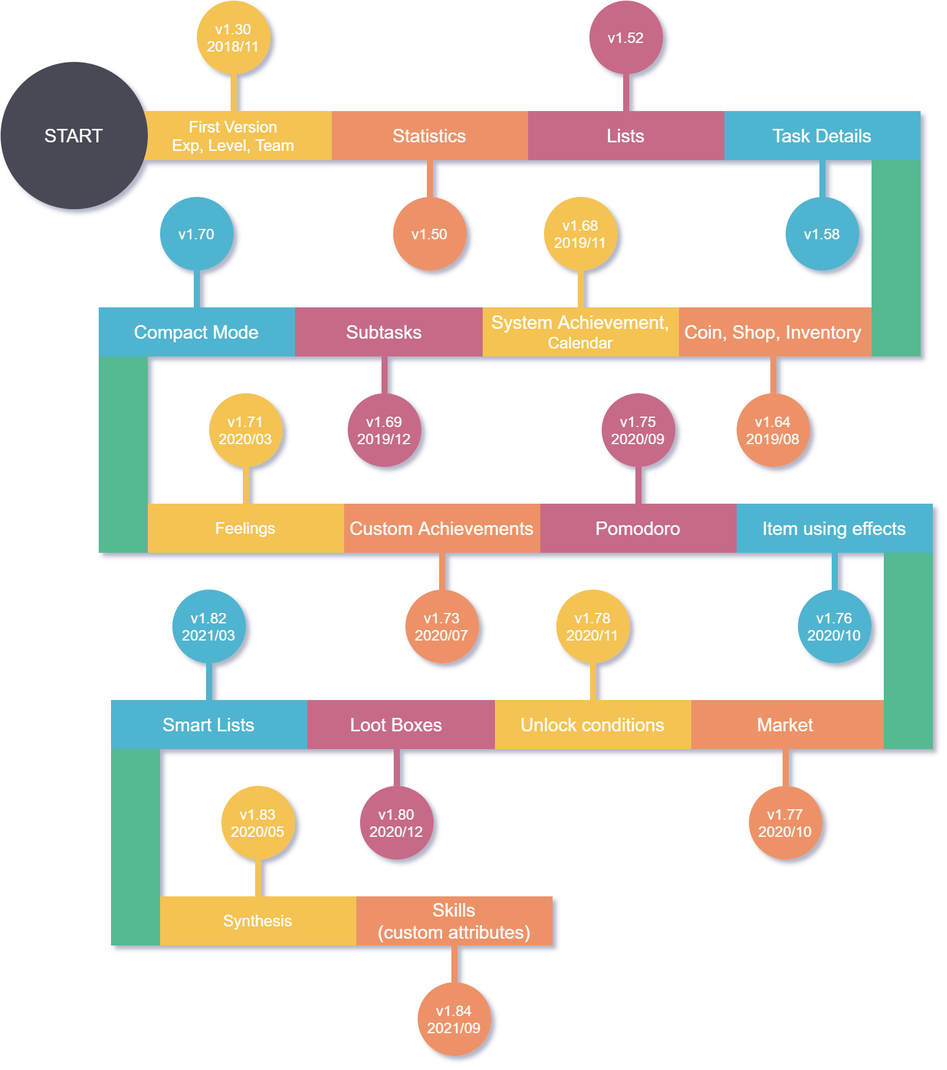
Earlier version of the draw.io export screenshots/timeline.png (Ayagikei/LifeUp). Source tidied: cells renumbered, new cells last; positions are measured from the earlier drawing's top-left corner, leaving out a move shared by most shapes.
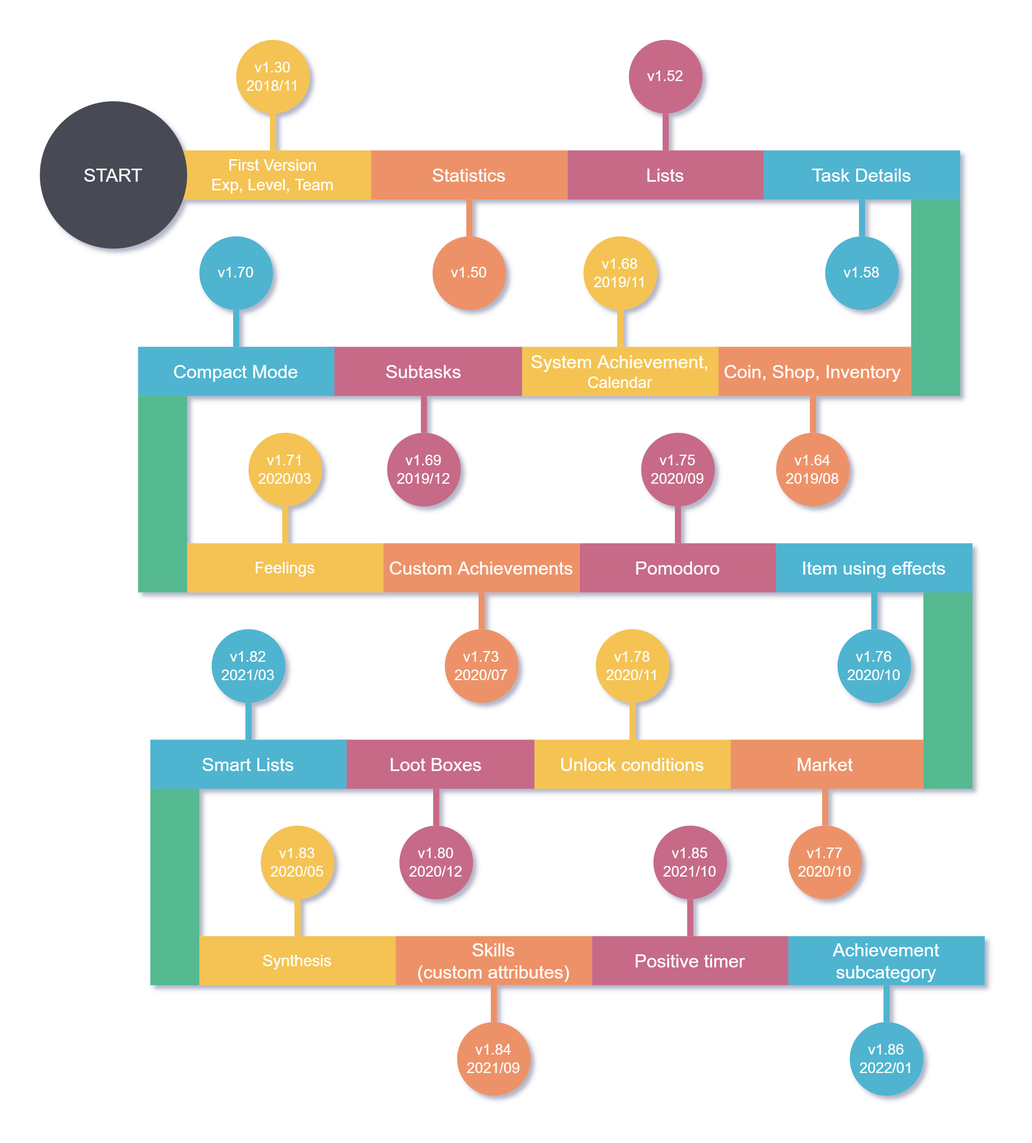
The same diagram one commit later.

Change to the diagram source:
```diff
@@ -233,5 +233,26 @@
     <mxCell id="78" value="&lt;font color=&quot;#ffffff&quot;&gt;&lt;span style=&quot;font-size: 15px&quot;&gt;Skills&lt;br&gt;(custom attributes)&lt;br&gt;&lt;/span&gt;&lt;/font&gt;" style="rounded=0;whiteSpace=wrap;html=1;strokeColor=none;fillColor=#ed9268;" parent="75" vertex="1">
       <mxGeometry width="160" height="40" as="geometry" />
     </mxCell>
+    <mxCell id="79" value="&lt;font color=&quot;#ffffff&quot;&gt;&lt;span style=&quot;font-size: 15px&quot;&gt;Positive timer&lt;/span&gt;&lt;/font&gt;" style="rounded=0;whiteSpace=wrap;html=1;strokeColor=none;fillColor=#c66a88;" parent="1" vertex="1">
+      <mxGeometry x="450" y="730" width="160" height="40" as="geometry" />
+    </mxCell>
+    <mxCell id="80" value="&lt;font color=&quot;#fdfcf8&quot;&gt;v1.85&lt;br&gt;2021/10&lt;br&gt;&lt;/font&gt;" style="ellipse;whiteSpace=wrap;html=1;strokeColor=none;fillColor=#c66a88;" parent="1" vertex="1">
+      <mxGeometry x="500" y="640" width="60" height="60" as="geometry" />
+    </mxCell>
+    <mxCell id="81" style="rounded=0;whiteSpace=wrap;html=1;strokeColor=none;fillColor=#C66A88;" parent="1" vertex="1">
+      <mxGeometry x="527.5" y="700" width="5" height="30" as="geometry" />
+    </mxCell>
+    <mxCell id="82" style="group;" parent="1" vertex="1">
+      <mxGeometry x="610" y="730" width="160" height="130" as="geometry" />
+    </mxCell>
+    <mxCell id="83" style="rounded=0;whiteSpace=wrap;html=1;strokeColor=none;fillColor=#50B4D0;" parent="82" vertex="1">
+      <mxGeometry x="77.5" y="40" width="5" height="30" as="geometry" />
+    </mxCell>
+    <mxCell id="84" value="&lt;span style=&quot;color: rgb(253 , 252 , 248)&quot;&gt;v1.86&lt;/span&gt;&lt;br style=&quot;color: rgb(253 , 252 , 248)&quot;&gt;&lt;span style=&quot;color: rgb(253 , 252 , 248)&quot;&gt;2022/01&lt;/span&gt;" style="ellipse;whiteSpace=wrap;html=1;strokeColor=none;fillColor=#50B4D0;" parent="82" vertex="1">
+      <mxGeometry x="50" y="70" width="60" height="60" as="geometry" />
+    </mxCell>
+    <mxCell id="85" value="&lt;span style=&quot;color: rgb(255 , 255 , 255) ; font-size: 15px&quot;&gt;Achievement subcategory&lt;/span&gt;" style="rounded=0;whiteSpace=wrap;html=1;strokeColor=none;fillColor=#50B4D0;" parent="82" vertex="1">
+      <mxGeometry width="160" height="40" as="geometry" />
+    </mxCell>
   </root>
 </mxGraphModel>
```
